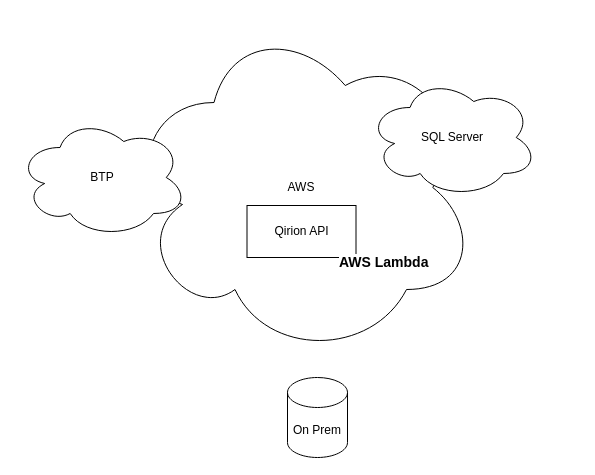
Above: page "Page-3" (3 of 6) of staticWeb/Untitled Diagram.drawio in eleemans/react2022 (draw.io), before the change. Source tidied: cells renumbered, new cells numbered last; positions are measured from the earlier drawing's top-left corner, leaving out a move shared by most shapes. Both pictures are drawn from the tidied source at 100%, with x=0, y=0 at pixel (17, 17).
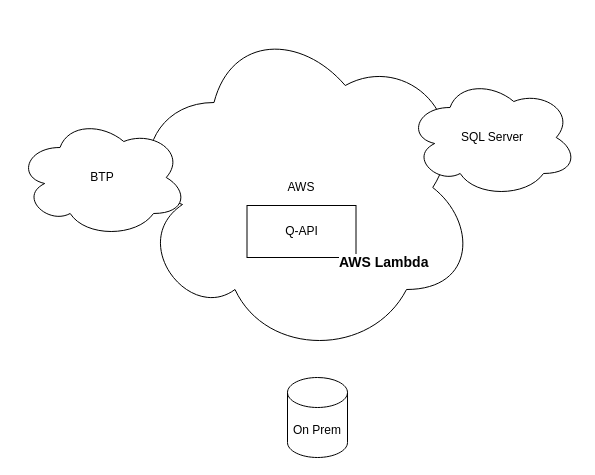
The same diagram, later.

The edit, as a diff of the source:
```diff
@@
 <mxGraphModel>
   <root>
     <mxCell id="0" />
     <mxCell id="1" parent="0" />
     <mxCell id="2" value="AWS" style="ellipse;shape=cloud;whiteSpace=wrap;html=1;" parent="1" vertex="1">
       <mxGeometry x="109" width="350" height="340" as="geometry" />
     </mxCell>
-    <mxCell id="3" value="Qirion API" style="rounded=0;whiteSpace=wrap;html=1;" parent="1" vertex="1">
+    <mxCell id="3" value="Q-API" style="rounded=0;whiteSpace=wrap;html=1;" parent="1" vertex="1">
       <mxGeometry x="229.5" y="188" width="109" height="52" as="geometry" />
     </mxCell>
     <mxCell id="4" value="BTP" style="ellipse;shape=cloud;whiteSpace=wrap;html=1;" parent="1" vertex="1">
       <mxGeometry y="100" width="170" height="120" as="geometry" />
     </mxCell>
     <mxCell id="5" value="SQL Server" style="ellipse;shape=cloud;whiteSpace=wrap;html=1;" parent="1" vertex="1">
-      <mxGeometry x="350" y="60" width="170" height="120" as="geometry" />
+      <mxGeometry x="390" y="60" width="170" height="120" as="geometry" />
     </mxCell>
     <mxCell id="6" value="On Prem" style="shape=cylinder3;whiteSpace=wrap;html=1;boundedLbl=1;backgroundOutline=1;size=15;" parent="1" vertex="1">
       <mxGeometry x="270" y="360" width="60" height="80" as="geometry" />
     </mxCell>
     <mxCell id="7" value="&lt;em style=&quot;font-weight: bold; font-style: normal; font-family: arial, sans-serif; font-size: 14px; font-variant-ligatures: normal; font-variant-caps: normal; letter-spacing: normal; orphans: 2; text-align: left; text-indent: 0px; text-transform: none; widows: 2; word-spacing: 0px; -webkit-text-stroke-width: 0px; text-decoration-thickness: initial; text-decoration-style: initial; text-decoration-color: initial; background-color: rgb(255, 255, 255);&quot;&gt;AWS Lambda&lt;/em&gt;" style="text;whiteSpace=wrap;html=1;fontSize=13;" parent="1" vertex="1">
       <mxGeometry x="320" y="230" width="110" height="30" as="geometry" />
     </mxCell>
   </root>
 </mxGraphModel>
```
